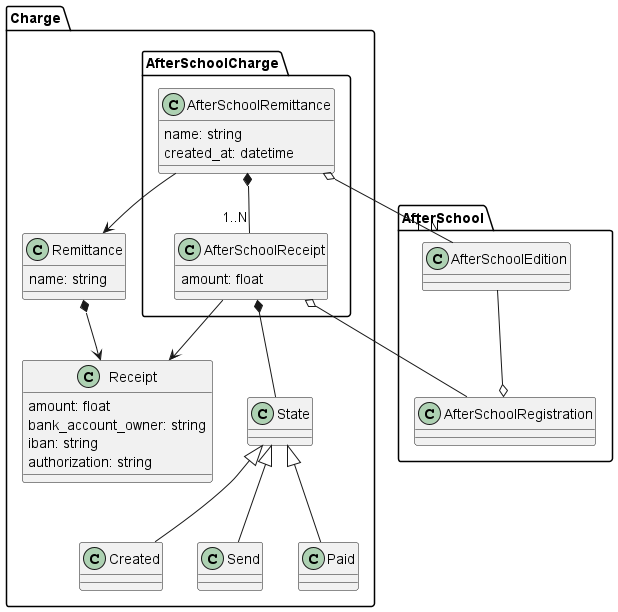
The PlantUML diagram doc/DomainModelDiagram/ChargePackage/AfterSchool/AfterSchool.png in IgnacioMaestro/ampa-manager, before a commit. Source of this version:
```plantuml
@startuml
package Charge{
    package AfterSchoolCharge{
        class AfterSchoolRemittance{
            name: string
            created_at: datetime
        }
        class AfterSchoolReceipt {
            amount: float
        }
    }

    class State
    class Created
    class Send
    class Paid
    State <|-- Created
    State <|-- Send
    State <|-- Paid

    class Remittance {
        name: string
    }
    class Receipt {
        amount: float
        bank_account_owner: string
        iban: string
        authorization: string
    }

    Remittance *--> Receipt

    AfterSchoolReceipt --> Receipt
    AfterSchoolRemittance --> Remittance

    AfterSchoolReceipt *-- State
    AfterSchoolRemittance *-- "1..N" AfterSchoolReceipt
}


package AfterSchool{
    class AfterSchoolEdition
    class AfterSchoolRegistration
}
AfterSchoolRemittance o-- "1..N" AfterSchoolEdition
AfterSchoolReceipt o-- AfterSchoolRegistration
AfterSchoolEdition --o AfterSchoolRegistration
@enduml
```
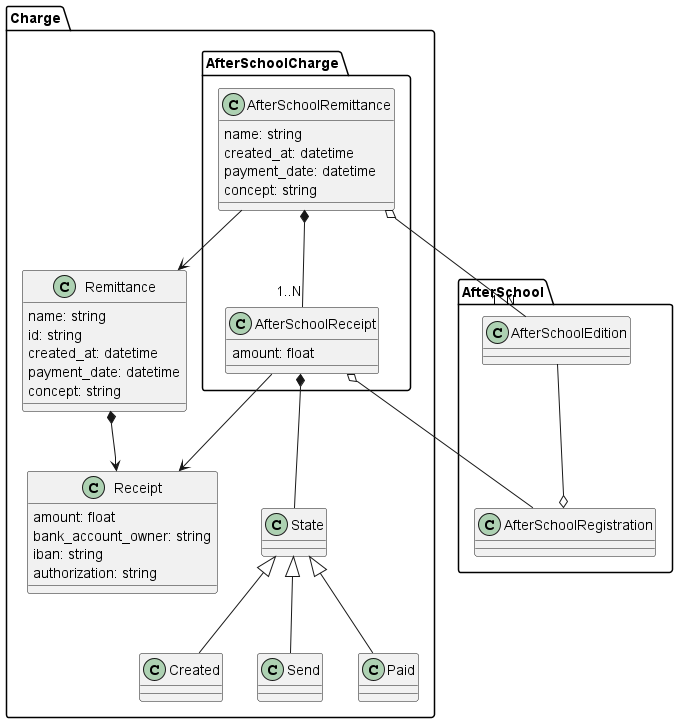
The same diagram one commit later.

Diff of the diagram source:
```diff
@@ -1,34 +1,17 @@
 @startuml
+!include ..\ChargeCommon.puml
 package Charge{
     package AfterSchoolCharge{
         class AfterSchoolRemittance{
             name: string
             created_at: datetime
+            payment_date: datetime
+            concept: string
         }
         class AfterSchoolReceipt {
             amount: float
         }
     }
-
-    class State
-    class Created
-    class Send
-    class Paid
-    State <|-- Created
-    State <|-- Send
-    State <|-- Paid
-
-    class Remittance {
-        name: string
-    }
-    class Receipt {
-        amount: float
-        bank_account_owner: string
-        iban: string
-        authorization: string
-    }
-
-    Remittance *--> Receipt
 
     AfterSchoolReceipt --> Receipt
     AfterSchoolRemittance --> Remittance
@@ -36,7 +19,6 @@
     AfterSchoolReceipt *-- State
     AfterSchoolRemittance *-- "1..N" AfterSchoolReceipt
 }
-
 
 package AfterSchool{
     class AfterSchoolEdition
```
